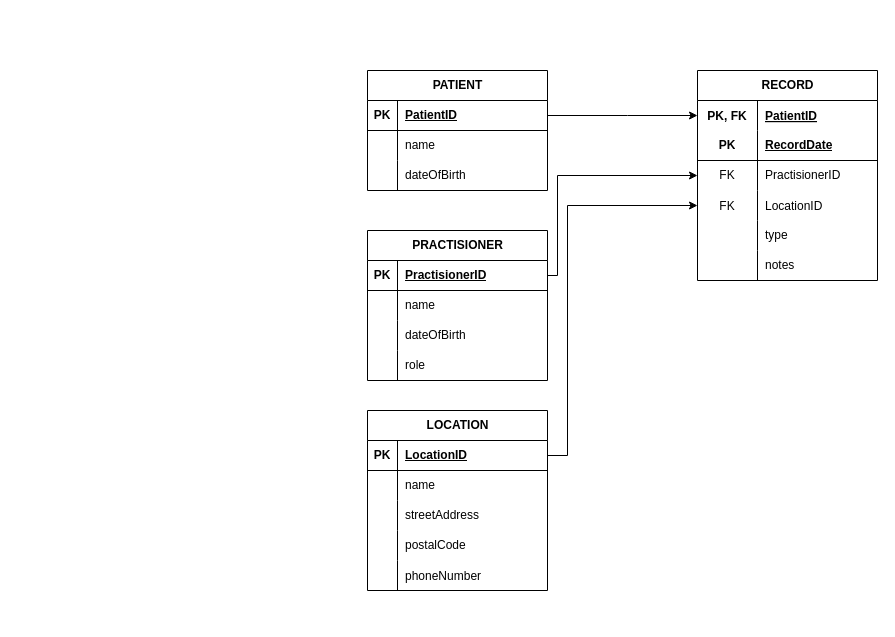
Earlier version of the draw.io diagram doc/EntityRelationshipDiagram.drawio (marciehenderson/electronic-health). Source tidied: cells renumbered, new cells numbered last; positions are measured from the earlier drawing's top-left corner, leaving out a move shared by most shapes. Both pictures are drawn from the tidied source at 100%, with x=0, y=0 at pixel (367, 70).
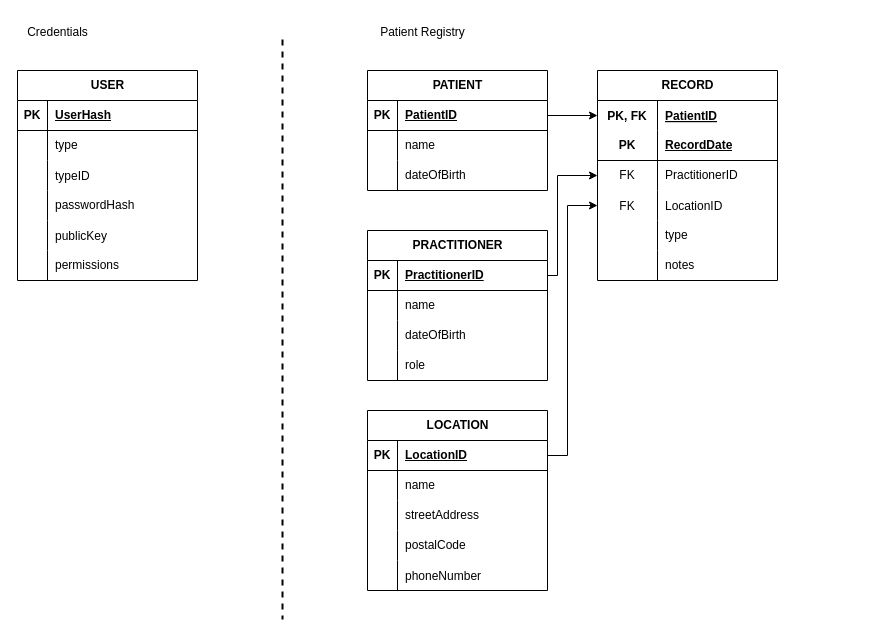
The same page after the edit.

The change refers to these unchanged cells:
```xml
<mxCell id="3" style="shape=tableRow;horizontal=0;startSize=0;swimlaneHead=0;swimlaneBody=0;fillColor=none;points=[[0,0.5],[1,0.5]];portConstraint=eastwest;top=0;left=0;right=0;bottom=1;" parent="2" vertex="1">
  <mxGeometry y="30" width="180" height="30" as="geometry" />
</mxCell>
<mxCell id="13" style="shape=tableRow;horizontal=0;startSize=0;swimlaneHead=0;swimlaneBody=0;fillColor=none;points=[[0,0.5],[1,0.5]];portConstraint=eastwest;top=0;left=0;right=0;bottom=1;" parent="12" vertex="1">
  <mxGeometry y="30" width="180" height="30" as="geometry" />
</mxCell>
<mxCell id="26" style="shape=tableRow;horizontal=0;startSize=0;swimlaneHead=0;swimlaneBody=0;fillColor=none;points=[[0,0.5],[1,0.5]];portConstraint=eastwest;top=0;left=0;right=0;bottom=0;" parent="25" vertex="1">
  <mxGeometry y="30" width="180" height="30" as="geometry" />
</mxCell>
<mxCell id="32" style="shape=tableRow;horizontal=0;startSize=0;swimlaneHead=0;swimlaneBody=0;fillColor=none;points=[[0,0.5],[1,0.5]];portConstraint=eastwest;top=0;left=0;right=0;bottom=0;" parent="25" vertex="1">
  <mxGeometry y="90" width="180" height="30" as="geometry" />
</mxCell>
```

The edit, as a diff of the source:
```diff
@@
-    <mxCell id="12" value="PRACTISIONER" style="shape=table;startSize=30;childLayout=tableLayout;rowLines=0;fontStyle=1;align=center;html=1;" parent="1" vertex="1">
+    <mxCell id="12" value="PRACTITIONER" style="shape=table;startSize=30;childLayout=tableLayout;rowLines=0;fontStyle=1;align=center;html=1;" parent="1" vertex="1">
       <mxGeometry y="160" width="180" height="150" as="geometry" />
     </mxCell>
@@
-    <mxCell id="15" value="PractisionerID" style="shape=partialRectangle;fillColor=none;top=0;left=0;bottom=0;right=0;align=left;spacingLeft=6;fontStyle=5;overflow=hidden;whiteSpace=wrap;html=1;" parent="13" vertex="1">
+    <mxCell id="15" value="PractitionerID" style="shape=partialRectangle;fillColor=none;top=0;left=0;bottom=0;right=0;align=left;spacingLeft=6;fontStyle=5;overflow=hidden;whiteSpace=wrap;html=1;" parent="13" vertex="1">
       <mxGeometry x="30" width="150" height="30" as="geometry" />
     </mxCell>
@@
     <mxCell id="25" value="RECORD" style="shape=table;startSize=30;childLayout=tableLayout;rowLines=0;fontStyle=1;align=center;html=1;" parent="1" vertex="1">
-      <mxGeometry x="330" width="180" height="210" as="geometry" />
+      <mxGeometry x="230" width="180" height="210" as="geometry" />
     </mxCell>
@@
-    <mxCell id="34" value="PractisionerID" style="shape=partialRectangle;fillColor=none;top=0;left=0;bottom=0;right=0;align=left;spacingLeft=6;overflow=hidden;whiteSpace=wrap;html=1;" parent="32" vertex="1">
+    <mxCell id="34" value="PractitionerID" style="shape=partialRectangle;fillColor=none;top=0;left=0;bottom=0;right=0;align=left;spacingLeft=6;overflow=hidden;whiteSpace=wrap;html=1;" parent="32" vertex="1">
       <mxGeometry x="60" width="120" height="30" as="geometry" />
     </mxCell>
@@
-    <mxCell id="44" style="edgeStyle=orthogonalEdgeStyle;rounded=0;jettySize=auto;html=1;exitX=1;exitY=0.5;exitDx=0;exitDy=0;entryX=0;entryY=0.5;entryDx=0;entryDy=0;" parent="1" edge="1" source="3" target="26">
-      <mxGeometry relative="1" as="geometry">
-        <Array as="points">
-          <mxPoint x="260" y="45" />
-          <mxPoint x="260" y="45" />
-        </Array>
-      </mxGeometry>
-    </mxCell>
@@
+    <mxCell id="63" value="USER" style="shape=table;startSize=30;childLayout=tableLayout;rowLines=0;fontStyle=1;align=center;html=1;" parent="1" vertex="1">
+      <mxGeometry x="-350" width="180" height="210" as="geometry" />
+    </mxCell>
+    <mxCell id="64" style="shape=tableRow;horizontal=0;startSize=0;swimlaneHead=0;swimlaneBody=0;fillColor=none;top=0;left=0;right=0;bottom=1;" parent="63" vertex="1">
+      <mxGeometry y="30" width="180" height="30" as="geometry" />
+    </mxCell>
+    <mxCell id="65" value="PK" style="shape=partialRectangle;fillColor=none;top=0;left=0;bottom=0;right=0;fontStyle=1;overflow=hidden;whiteSpace=wrap;html=1;" parent="64" vertex="1">
+      <mxGeometry width="30" height="30" as="geometry" />
+    </mxCell>
+    <mxCell id="66" value="UserHash" style="shape=partialRectangle;fillColor=none;top=0;left=0;bottom=0;right=0;align=left;spacingLeft=6;fontStyle=5;overflow=hidden;whiteSpace=wrap;html=1;" parent="64" vertex="1">
+      <mxGeometry x="30" width="150" height="30" as="geometry" />
+    </mxCell>
+    <mxCell id="67" style="shape=tableRow;horizontal=0;startSize=0;swimlaneHead=0;swimlaneBody=0;fillColor=none;top=0;left=0;right=0;bottom=0;" parent="63" vertex="1">
+      <mxGeometry y="60" width="180" height="30" as="geometry" />
+    </mxCell>
+    <mxCell id="68" style="shape=partialRectangle;fillColor=none;top=0;left=0;bottom=0;right=0;overflow=hidden;whiteSpace=wrap;html=1;" parent="67" vertex="1">
+      <mxGeometry width="30" height="30" as="geometry" />
+    </mxCell>
+    <mxCell id="69" value="type" style="shape=partialRectangle;fillColor=none;top=0;left=0;bottom=0;right=0;align=left;spacingLeft=6;overflow=hidden;whiteSpace=wrap;html=1;" parent="67" vertex="1">
+      <mxGeometry x="30" width="150" height="30" as="geometry" />
+    </mxCell>
+    <mxCell id="70" style="shape=tableRow;horizontal=0;startSize=0;swimlaneHead=0;swimlaneBody=0;fillColor=none;top=0;left=0;right=0;bottom=0;" parent="63" vertex="1">
+      <mxGeometry y="90" width="180" height="30" as="geometry" />
+    </mxCell>
+    <mxCell id="71" style="shape=partialRectangle;fillColor=none;top=0;left=0;bottom=0;right=0;overflow=hidden;" parent="70" vertex="1">
+      <mxGeometry width="30" height="30" as="geometry" />
+    </mxCell>
+    <mxCell id="72" value="typeID" style="shape=partialRectangle;fillColor=none;top=0;left=0;bottom=0;right=0;align=left;spacingLeft=6;overflow=hidden;" parent="70" vertex="1">
+      <mxGeometry x="30" width="150" height="30" as="geometry" />
+    </mxCell>
+    <mxCell id="73" style="shape=tableRow;horizontal=0;startSize=0;swimlaneHead=0;swimlaneBody=0;fillColor=none;top=0;left=0;right=0;bottom=0;" parent="63" vertex="1">
+      <mxGeometry y="120" width="180" height="30" as="geometry" />
+    </mxCell>
+    <mxCell id="74" style="shape=partialRectangle;fillColor=none;top=0;left=0;bottom=0;right=0;overflow=hidden;whiteSpace=wrap;html=1;" parent="73" vertex="1">
+      <mxGeometry width="30" height="30" as="geometry" />
+    </mxCell>
+    <mxCell id="75" value="passwordHash" style="shape=partialRectangle;fillColor=none;top=0;left=0;bottom=0;right=0;align=left;spacingLeft=6;overflow=hidden;whiteSpace=wrap;html=1;" parent="73" vertex="1">
+      <mxGeometry x="30" width="150" height="30" as="geometry" />
+    </mxCell>
+    <mxCell id="76" style="shape=tableRow;horizontal=0;startSize=0;swimlaneHead=0;swimlaneBody=0;fillColor=none;top=0;left=0;right=0;bottom=0;" parent="63" vertex="1">
+      <mxGeometry y="150" width="180" height="30" as="geometry" />
+    </mxCell>
+    <mxCell id="77" style="shape=partialRectangle;fillColor=none;top=0;left=0;bottom=0;right=0;overflow=hidden;" parent="76" vertex="1">
+      <mxGeometry width="30" height="30" as="geometry" />
+    </mxCell>
+    <mxCell id="78" value="publicKey" style="shape=partialRectangle;fillColor=none;top=0;left=0;bottom=0;right=0;align=left;spacingLeft=6;overflow=hidden;" parent="76" vertex="1">
+      <mxGeometry x="30" width="150" height="30" as="geometry" />
+    </mxCell>
+    <mxCell id="79" style="shape=tableRow;horizontal=0;startSize=0;swimlaneHead=0;swimlaneBody=0;fillColor=none;top=0;left=0;right=0;bottom=0;" parent="63" vertex="1">
+      <mxGeometry y="180" width="180" height="30" as="geometry" />
+    </mxCell>
+    <mxCell id="80" style="shape=partialRectangle;fillColor=none;top=0;left=0;bottom=0;right=0;overflow=hidden;whiteSpace=wrap;html=1;" parent="79" vertex="1">
+      <mxGeometry width="30" height="30" as="geometry" />
+    </mxCell>
+    <mxCell id="81" value="permissions" style="shape=partialRectangle;fillColor=none;top=0;left=0;bottom=0;right=0;align=left;spacingLeft=6;overflow=hidden;whiteSpace=wrap;html=1;" parent="79" vertex="1">
+      <mxGeometry x="30" width="150" height="30" as="geometry" />
+    </mxCell>
+    <mxCell id="44" style="edgeStyle=orthogonalEdgeStyle;rounded=0;jettySize=auto;html=1;exitX=1;exitY=0.5;exitDx=0;exitDy=0;entryX=0;entryY=0.5;entryDx=0;entryDy=0;" parent="1" edge="1" source="3" target="26">
+      <mxGeometry relative="1" as="geometry" />
+    </mxCell>
+    <mxCell id="82" style="line;strokeWidth=2;direction=south;html=1;strokeColor=default;dashed=1;" parent="1" vertex="1">
+      <mxGeometry x="-90" y="-31" width="10" height="580" as="geometry" />
+    </mxCell>
+    <mxCell id="83" value="Credentials" style="text;html=1;align=center;verticalAlign=middle;strokeColor=none;fillColor=none;" parent="1" vertex="1">
+      <mxGeometry x="-350" y="-53" width="80" height="30" as="geometry" />
+    </mxCell>
+    <mxCell id="84" value="&lt;div&gt;Patient Registry&lt;/div&gt;" style="text;html=1;align=center;verticalAlign=middle;strokeColor=none;fillColor=none;" parent="1" vertex="1">
+      <mxGeometry y="-53" width="110" height="30" as="geometry" />
+    </mxCell>
```
